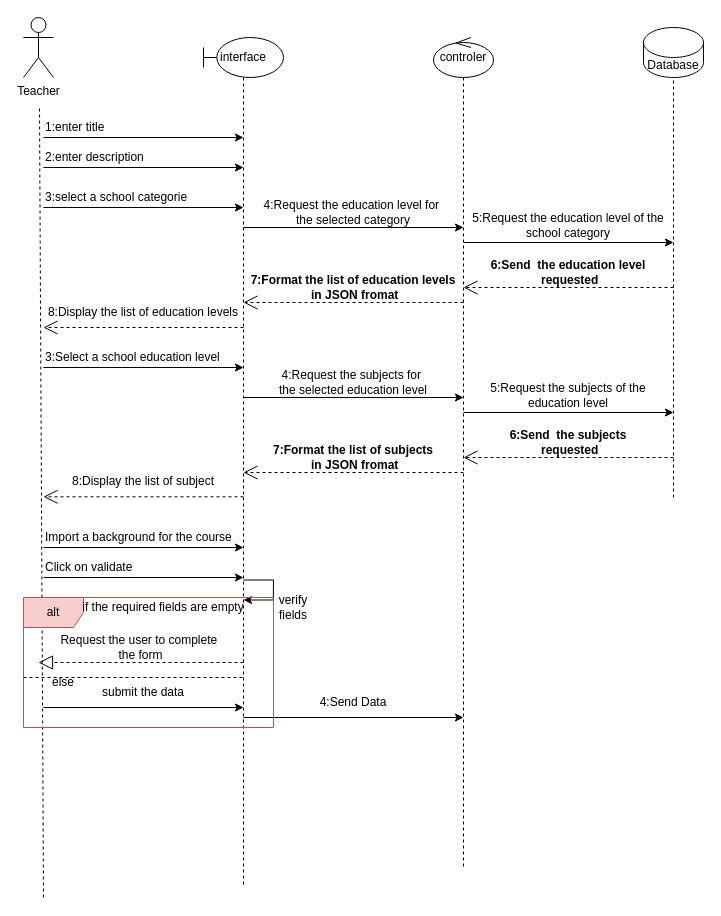
Earlier version of the draw.io diagram add course use case.drawio (faresUnderScore999/test1.0). Source tidied: cells renumbered, new cells numbered last; positions are measured from the earlier drawing's top-left corner, leaving out a move shared by most shapes. Both pictures are drawn from the tidied source at 100%, with x=0, y=0 at pixel (23, 17).
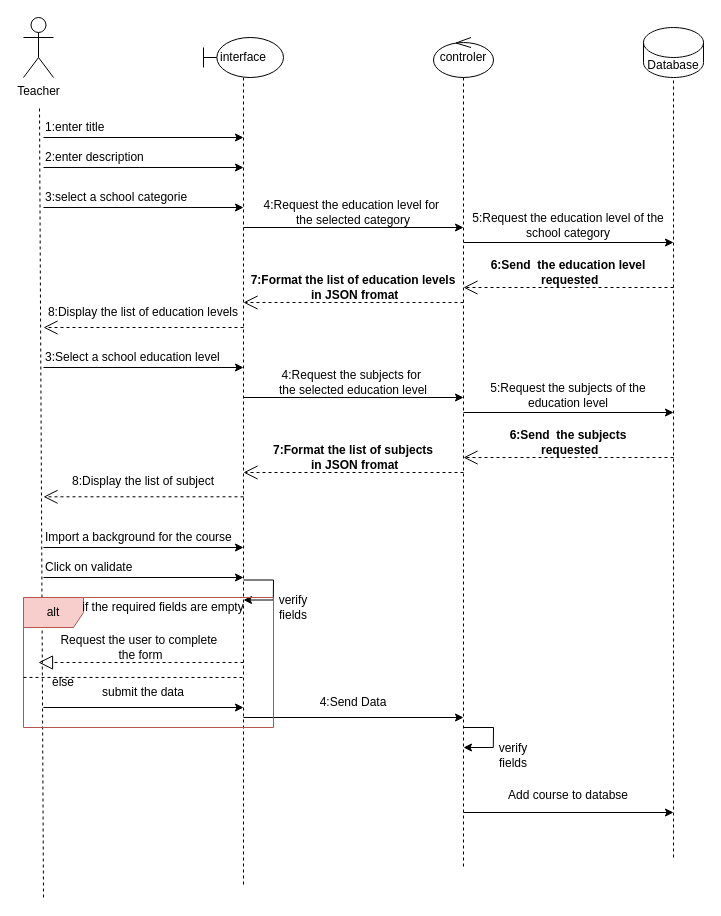
The same diagram, later.

Commit message (it also covers changes not shown here):
Mettre à jour add course use case.drawio

Unchanged cells that the change refers to:
```xml
<mxCell id="6" value="Database" style="shape=cylinder3;whiteSpace=wrap;html=1;boundedLbl=1;backgroundOutline=1;size=15;" parent="1" vertex="1">
  <mxGeometry x="620" y="10" width="60" height="50" as="geometry" />
</mxCell>
```

What changed in the source:
```diff
@@
     <mxCell id="7" style="endArrow=none;dashed=1;html=1;rounded=0;entryX=0.5;entryY=1;entryDx=0;entryDy=0;entryPerimeter=0;" parent="1" edge="1" target="6">
       <mxGeometry relative="1" as="geometry">
-        <mxPoint x="650" y="480" as="sourcePoint" />
+        <mxPoint x="650" y="840" as="sourcePoint" />
       </mxGeometry>
     </mxCell>
@@
+    <mxCell id="52" style="endArrow=classic;html=1;rounded=0;" parent="1" edge="1">
+      <mxGeometry relative="1" as="geometry">
+        <mxPoint x="440" y="710" as="sourcePoint" />
+        <mxPoint x="440" y="730" as="targetPoint" />
+        <Array as="points">
+          <mxPoint x="470" y="710" />
+          <mxPoint x="469.8" y="730" />
+        </Array>
+      </mxGeometry>
+    </mxCell>
+    <mxCell id="53" value="verify fields" style="text;html=1;align=center;verticalAlign=middle;whiteSpace=wrap;rounded=0;" parent="1" vertex="1">
+      <mxGeometry x="470" y="727.5" width="40" height="20" as="geometry" />
+    </mxCell>
+    <mxCell id="54" value="Add course to databse" style="text;html=1;align=center;verticalAlign=middle;whiteSpace=wrap;rounded=0;" parent="1" vertex="1">
+      <mxGeometry x="440" y="760" width="210" height="35" as="geometry" />
+    </mxCell>
+    <mxCell id="55" style="endArrow=classic;html=1;rounded=0;exitX=0;exitY=1;exitDx=0;exitDy=0;entryX=1;entryY=1;entryDx=0;entryDy=0;" parent="1" edge="1" source="54" target="54">
+      <mxGeometry relative="1" as="geometry" />
+    </mxCell>
```
